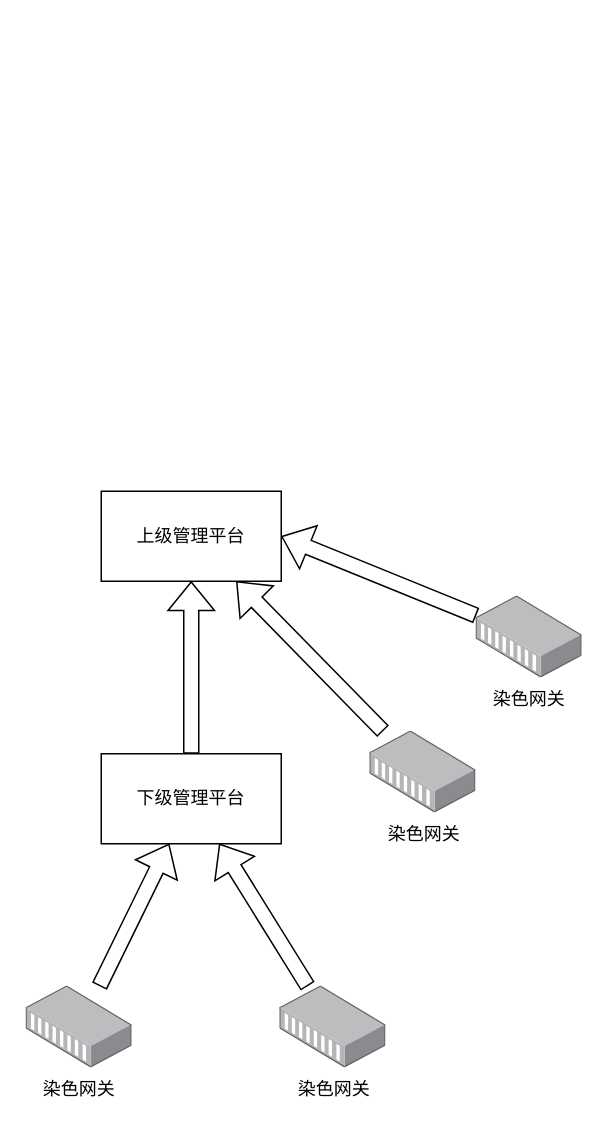
Before: page "趋势图" (2 of 9) of 染色平台.drawio in liubocoder/diagrams, a draw.io diagram. Source tidied: cells renumbered, new cells numbered last; positions are measured from the earlier drawing's top-left corner, leaving out a move shared by most shapes. Both pictures are drawn from the tidied source at 150%, with x=0, y=0 at pixel (26, 490).
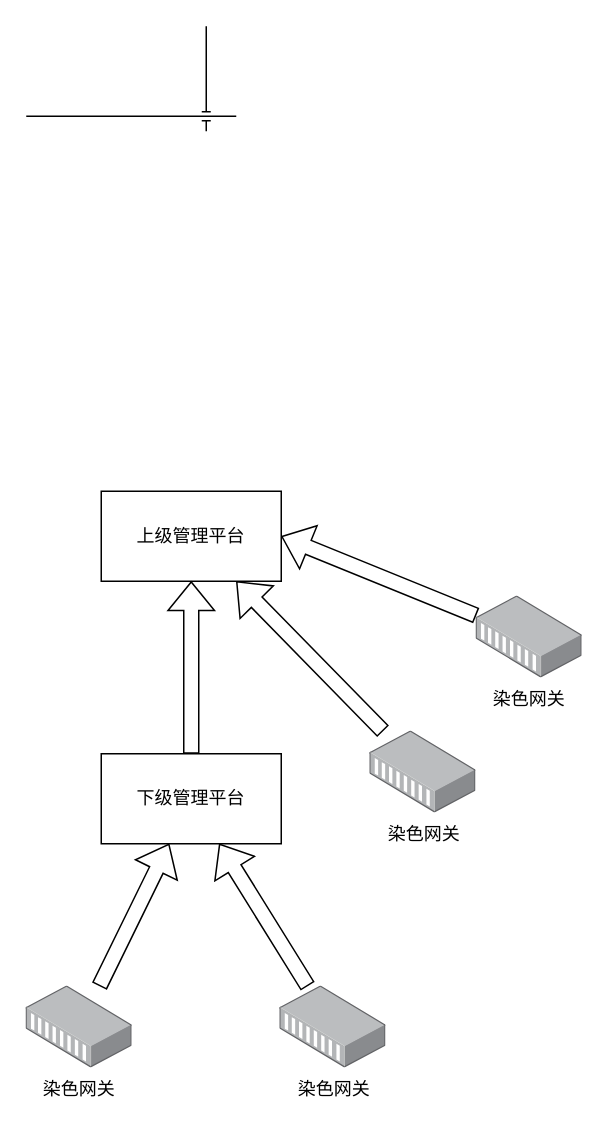
Above is the later version.

Diff of the diagram source:
```diff
@@
 <mxGraphModel>
   <root>
     <mxCell id="0" />
     <mxCell id="1" parent="0" />
     <mxCell id="2" value="上级管理平台" style="rounded=0;whiteSpace=wrap;html=1;" parent="1" vertex="1">
       <mxGeometry x="50" width="120" height="60" as="geometry" />
     </mxCell>
     <mxCell id="3" style="edgeStyle=none;shape=flexArrow;rounded=0;jettySize=auto;html=1;" parent="1" edge="1" source="4" target="2">
       <mxGeometry relative="1" as="geometry" />
     </mxCell>
     <mxCell id="4" value="下级管理平台" style="rounded=0;whiteSpace=wrap;html=1;" parent="1" vertex="1">
       <mxGeometry x="50" y="175" width="120" height="60" as="geometry" />
     </mxCell>
     <mxCell id="5" style="edgeStyle=none;shape=flexArrow;rounded=0;jettySize=auto;html=1;entryX=0.75;entryY=1;entryDx=0;entryDy=0;" parent="1" edge="1" source="6" target="2">
       <mxGeometry relative="1" as="geometry" />
     </mxCell>
     <mxCell id="6" value="染色网关" style="points=[];html=1;align=center;shadow=0;dashed=0;image;image=img/lib/allied_telesis/media_converters/Media_Converter_Modular.svg;" parent="1" vertex="1">
       <mxGeometry x="229.2" y="160" width="70.8" height="54.6" as="geometry" />
     </mxCell>
     <mxCell id="7" style="edgeStyle=none;shape=flexArrow;rounded=0;jettySize=auto;html=1;entryX=1;entryY=0.5;entryDx=0;entryDy=0;" parent="1" edge="1" source="8" target="2">
       <mxGeometry relative="1" as="geometry" />
     </mxCell>
     <mxCell id="8" value="染色网关" style="points=[];html=1;align=center;shadow=0;dashed=0;image;image=img/lib/allied_telesis/media_converters/Media_Converter_Modular.svg;" parent="1" vertex="1">
       <mxGeometry x="300" y="70" width="70.8" height="54.6" as="geometry" />
     </mxCell>
     <mxCell id="9" style="shape=flexArrow;rounded=0;jettySize=auto;html=1;" parent="1" edge="1" source="10" target="4">
       <mxGeometry relative="1" as="geometry" />
     </mxCell>
     <mxCell id="10" value="染色网关" style="points=[];html=1;align=center;shadow=0;dashed=0;image;image=img/lib/allied_telesis/media_converters/Media_Converter_Modular.svg;" parent="1" vertex="1">
       <mxGeometry y="330" width="70.8" height="54.6" as="geometry" />
     </mxCell>
     <mxCell id="11" style="edgeStyle=none;shape=flexArrow;rounded=0;jettySize=auto;html=1;" parent="1" edge="1" source="12" target="4">
       <mxGeometry relative="1" as="geometry" />
     </mxCell>
     <mxCell id="12" value="染色网关" style="points=[];html=1;align=center;shadow=0;dashed=0;image;image=img/lib/allied_telesis/media_converters/Media_Converter_Modular.svg;" parent="1" vertex="1">
       <mxGeometry x="169.2" y="330" width="70.8" height="54.6" as="geometry" />
     </mxCell>
+    <mxCell id="13" style="endArrow=none;html=1;rounded=0;jumpStyle=sharp;" parent="1" edge="1">
+      <mxGeometry relative="1" as="geometry">
+        <mxPoint y="-250" as="sourcePoint" />
+        <mxPoint x="140" y="-250" as="targetPoint" />
+      </mxGeometry>
+    </mxCell>
+    <mxCell id="14" style="endArrow=none;html=1;rounded=0;jumpStyle=line;" parent="1" edge="1">
+      <mxGeometry relative="1" as="geometry">
+        <mxPoint x="120" y="-240" as="sourcePoint" />
+        <mxPoint x="120" y="-310" as="targetPoint" />
+      </mxGeometry>
+    </mxCell>
   </root>
 </mxGraphModel>
```
